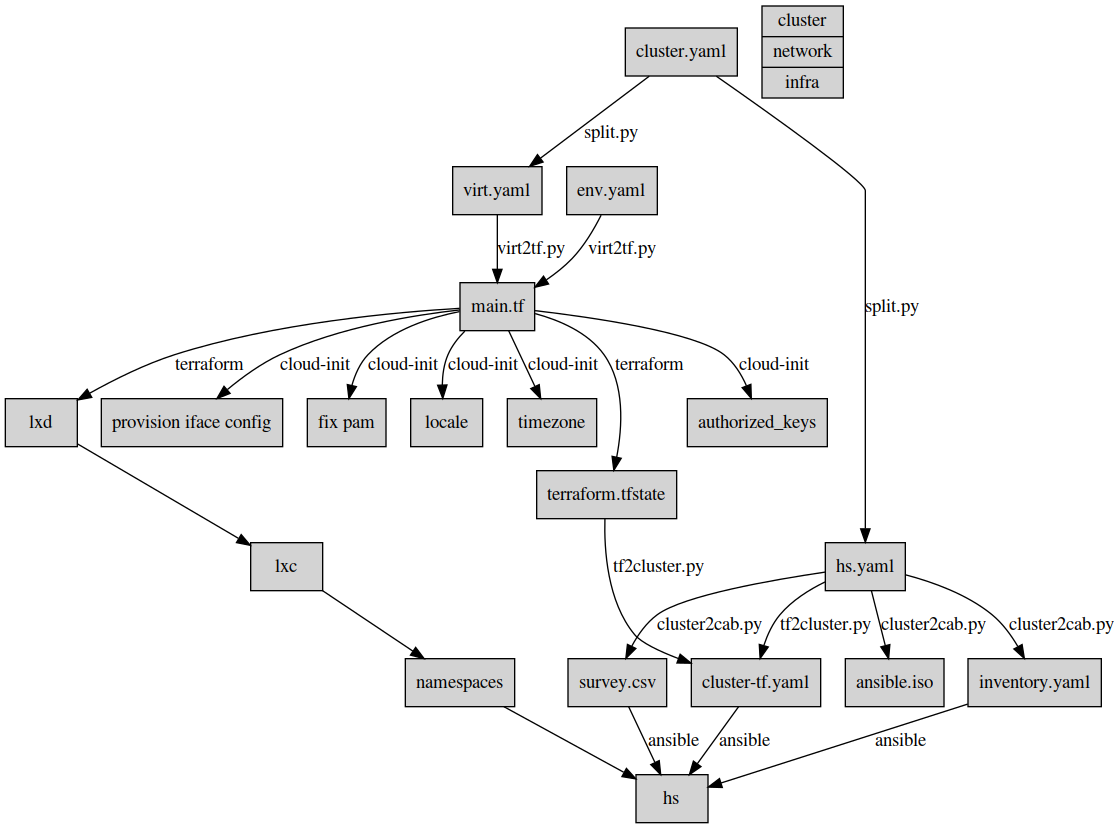
Before: cc.png, a diagram exported from Graphviz (jmfrank63/cloudian-ansible-baremetal). Its source is kept beside it as cc.dot.
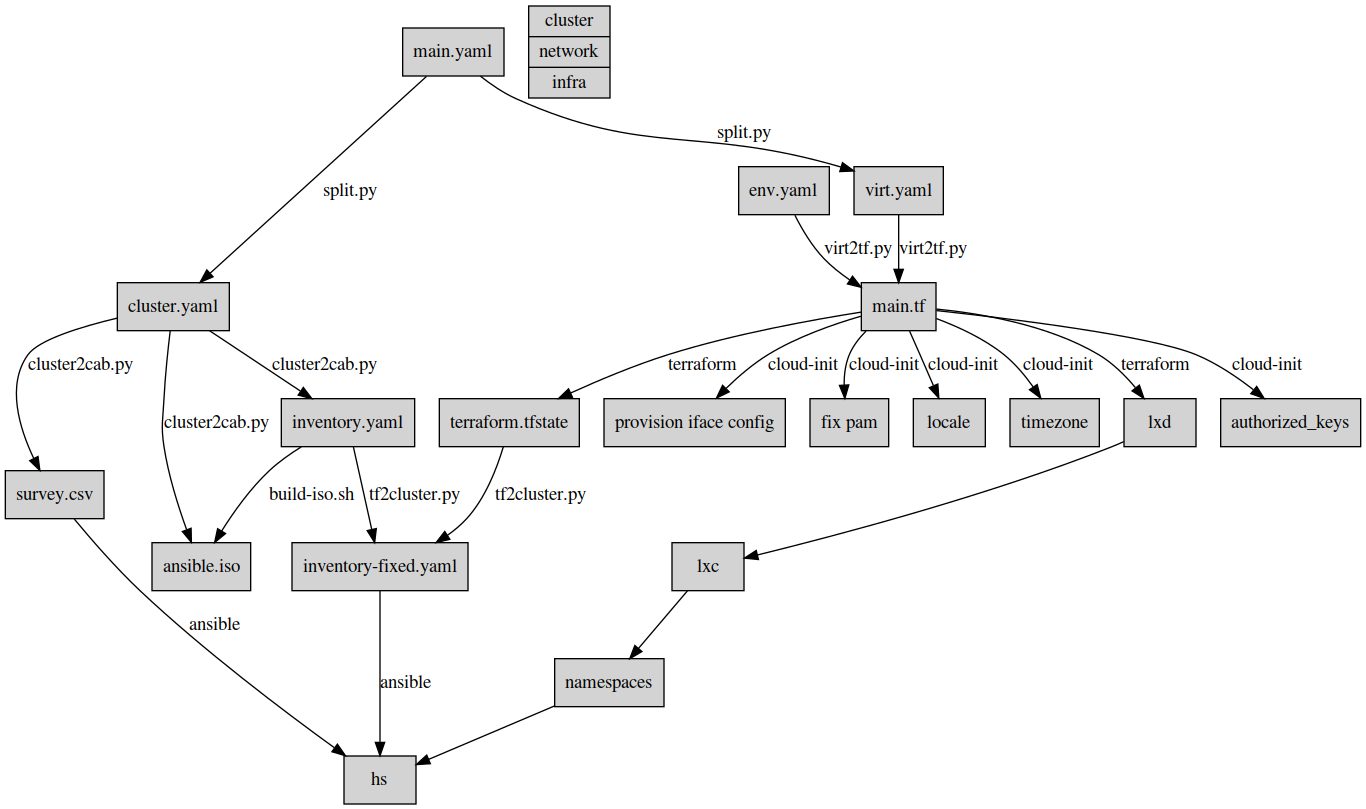
Later version of the same file.

What changed in the source:
```diff
@@ -1,16 +1,16 @@
 digraph G {
     node [ shape=box, style=filled ];
 
-    "cluster.yaml" -> { "hs.yaml" "virt.yaml" } [ label = "split.py" ]
+    "main.yaml" -> { "cluster.yaml" "virt.yaml" } [ label = "split.py" ]
 
-    "hs.yaml" -> { "inventory.yaml" "survey.csv"  "ansible.iso" }[ label = "cluster2cab.py" ]
-    { "inventory.yaml" "survey.csv" } -> "hs" [ label = "ansible" ]
+    "cluster.yaml" -> { "inventory.yaml" "survey.csv"  "ansible.iso" }[ label = "cluster2cab.py" ]
+    "inventory.yaml" -> "ansible.iso" [ label = "build-iso.sh" ]
 
     { "virt.yaml" "env.yaml" } -> "main.tf" [ label = "virt2tf.py" ]
     "main.tf" -> { "lxd" "terraform.tfstate" } [ label = "terraform" ]
-    { "hs.yaml" "terraform.tfstate" } -> "cluster-tf.yaml" [ label = "tf2cluster.py" ]
+    { "inventory.yaml" "terraform.tfstate" } -> "inventory-fixed.yaml" [ label = "tf2cluster.py" ]
     "main.tf" -> { "authorized_keys" "provision iface config" "fix pam" "locale" "timezone" } [ label = "cloud-init" ]
-    "cluster-tf.yaml" -> "hs" [ label = "ansible" ]
+    { "inventory-fixed.yaml" "survey.csv" } -> "hs" [ label = "ansible" ]
     "lxd" -> "lxc"
     "lxc" -> "namespaces"
     "namespaces" -> "hs"
```
